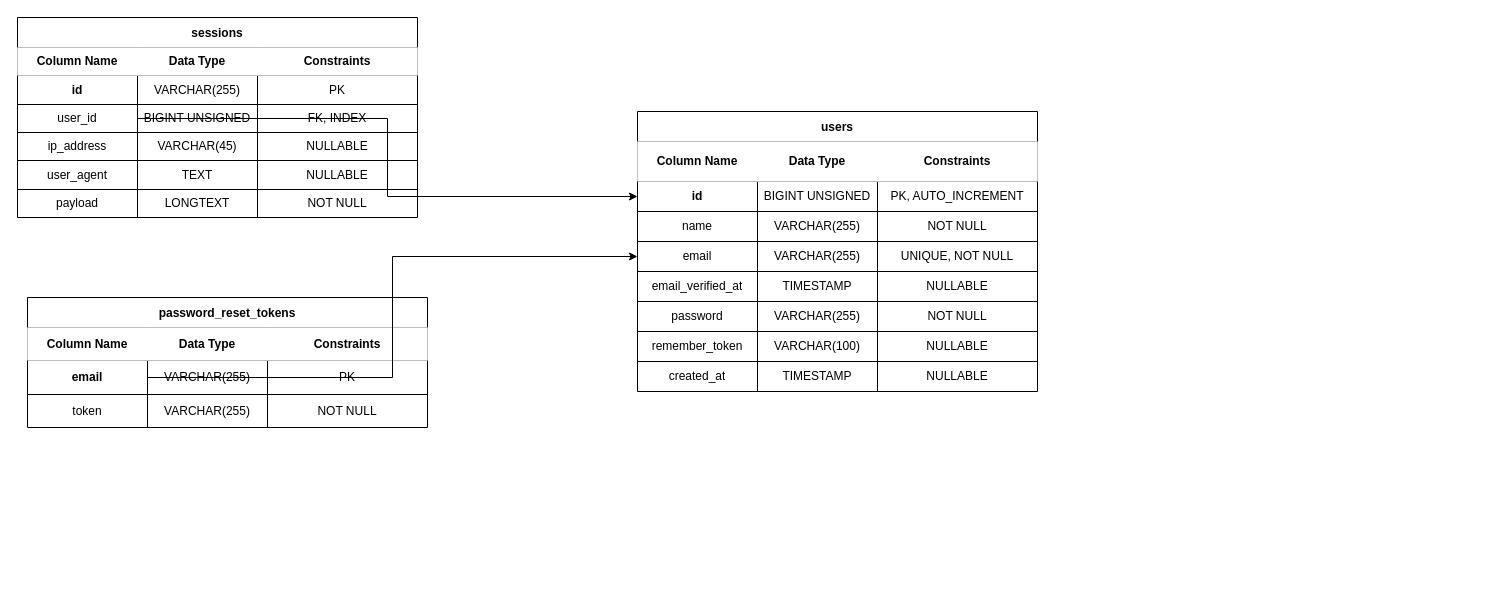
Earlier version of the draw.io diagram db.drawio (Zakky4/ai-english-app). Source tidied: cells renumbered, new cells numbered last; positions are measured from the earlier drawing's top-left corner, leaving out a move shared by most shapes. Both pictures are drawn from the tidied source at 100%, with x=0, y=0 at pixel (17, 17).
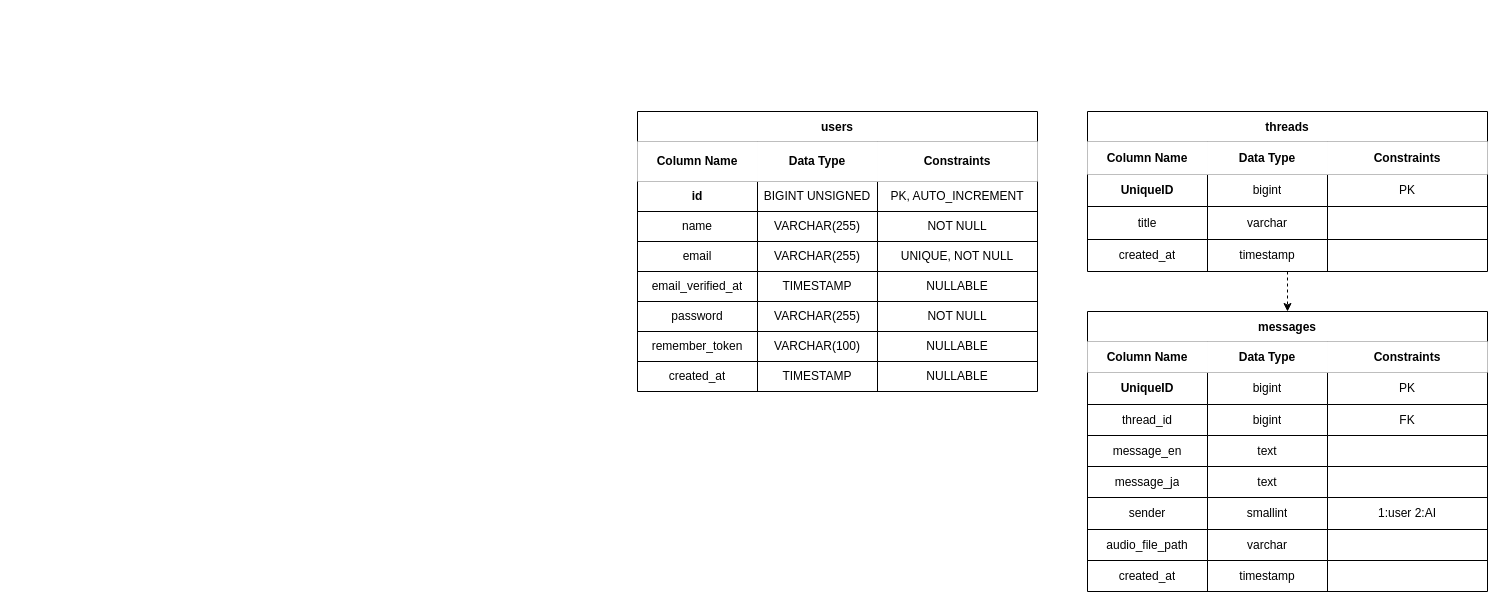
After the change.

Commit message:
データベーススキーマを更新し、ユーザー、スレッド、メッセージのテーブル構造を追加。draw.ioファイルに新しいテーブルとそのカラム情報を反映。

The change refers to these unchanged cells:
```xml
<mxCell id="8" value="id" style="shape=partialRectangle;html=1;whiteSpace=wrap;fillColor=none;top=0;left=0;bottom=0;right=0;overflow=hidden;fontStyle=1;" parent="7" vertex="1">
  <mxGeometry width="120" height="30" as="geometry" />
</mxCell>
<mxCell id="16" value="email" style="shape=partialRectangle;html=1;whiteSpace=wrap;fillColor=none;top=0;left=0;bottom=0;right=0;overflow=hidden;" parent="15" vertex="1">
  <mxGeometry width="120" height="30" as="geometry" />
</mxCell>
```

Change to the diagram source:
```diff
@@
-    <mxCell id="35" value="password_reset_tokens" style="shape=table;startSize=30;childLayout=tableLayout;fontStyle=1;align=center;" parent="1" vertex="1">
-      <mxGeometry x="10" y="280" width="400" height="130" as="geometry" />
-    </mxCell>
+    <mxCell id="75" value="threads" style="shape=table;startSize=30;childLayout=tableLayout;fontStyle=1;align=center;" parent="1" vertex="1">
+      <mxGeometry x="1070" y="94" width="400" height="160" as="geometry" />
+    </mxCell>
-    <mxCell id="36" style="shape=tableRow;horizontal=0;startSize=0;swimlaneHead=0;swimlaneBody=0;top=0;left=0;bottom=0;right=0;fillColor=#f8f9fa;" parent="35" vertex="1">
+    <mxCell id="36" style="shape=tableRow;horizontal=0;startSize=0;swimlaneHead=0;swimlaneBody=0;top=0;left=0;bottom=0;right=0;fillColor=#f8f9fa;" parent="75" vertex="1">
       <mxGeometry y="30" width="400" height="33" as="geometry" />
     </mxCell>
@@
-    <mxCell id="40" style="shape=tableRow;horizontal=0;startSize=0;swimlaneHead=0;swimlaneBody=0;top=0;left=0;bottom=0;right=0;fillColor=none;" parent="35" vertex="1">
-      <mxGeometry y="63" width="400" height="34" as="geometry" />
-    </mxCell>
-    <mxCell id="41" value="email" style="shape=partialRectangle;html=1;whiteSpace=wrap;fillColor=none;top=0;left=0;bottom=0;right=0;overflow=hidden;fontStyle=1;" parent="40" vertex="1">
-      <mxGeometry width="120" height="34" as="geometry" />
-    </mxCell>
-    <mxCell id="42" value="VARCHAR(255)" style="shape=partialRectangle;html=1;whiteSpace=wrap;fillColor=none;top=0;left=0;bottom=0;right=0;overflow=hidden;" parent="40" vertex="1">
-      <mxGeometry x="120" width="120" height="34" as="geometry" />
-    </mxCell>
-    <mxCell id="43" value="PK" style="shape=partialRectangle;html=1;whiteSpace=wrap;fillColor=none;top=0;left=0;bottom=0;right=0;overflow=hidden;" parent="40" vertex="1">
-      <mxGeometry x="240" width="160" height="34" as="geometry" />
-    </mxCell>
-    <mxCell id="44" style="shape=tableRow;horizontal=0;startSize=0;swimlaneHead=0;swimlaneBody=0;top=0;left=0;bottom=0;right=0;fillColor=none;" parent="35" vertex="1">
-      <mxGeometry y="97" width="400" height="33" as="geometry" />
-    </mxCell>
-    <mxCell id="45" value="token" style="shape=partialRectangle;html=1;whiteSpace=wrap;fillColor=none;top=0;left=0;bottom=0;right=0;overflow=hidden;" parent="44" vertex="1">
-      <mxGeometry width="120" height="33" as="geometry" />
-    </mxCell>
-    <mxCell id="46" value="VARCHAR(255)" style="shape=partialRectangle;html=1;whiteSpace=wrap;fillColor=none;top=0;left=0;bottom=0;right=0;overflow=hidden;" parent="44" vertex="1">
-      <mxGeometry x="120" width="120" height="33" as="geometry" />
-    </mxCell>
-    <mxCell id="47" value="NOT NULL" style="shape=partialRectangle;html=1;whiteSpace=wrap;fillColor=none;top=0;left=0;bottom=0;right=0;overflow=hidden;" parent="44" vertex="1">
-      <mxGeometry x="240" width="160" height="33" as="geometry" />
-    </mxCell>
-    <mxCell id="48" value="sessions" style="shape=table;startSize=30;childLayout=tableLayout;fontStyle=1;align=center;" parent="1" vertex="1">
-      <mxGeometry width="400" height="200" as="geometry" />
-    </mxCell>
-    <mxCell id="49" style="shape=tableRow;horizontal=0;startSize=0;swimlaneHead=0;swimlaneBody=0;top=0;left=0;bottom=0;right=0;fillColor=#f8f9fa;" parent="48" vertex="1">
-      <mxGeometry y="30" width="400" height="28" as="geometry" />
-    </mxCell>
+    <mxCell id="76" style="shape=tableRow;horizontal=0;startSize=0;swimlaneHead=0;swimlaneBody=0;top=0;left=0;bottom=0;right=0;fillColor=none;" parent="75" vertex="1">
+      <mxGeometry y="63" width="400" height="32" as="geometry" />
+    </mxCell>
+    <mxCell id="77" value="UniqueID" style="shape=partialRectangle;html=1;whiteSpace=wrap;fillColor=none;top=0;left=0;bottom=0;right=0;overflow=hidden;fontStyle=1;" parent="76" vertex="1">
+      <mxGeometry width="120" height="32" as="geometry" />
+    </mxCell>
+    <mxCell id="78" value="bigint" style="shape=partialRectangle;html=1;whiteSpace=wrap;fillColor=none;top=0;left=0;bottom=0;right=0;overflow=hidden;" parent="76" vertex="1">
+      <mxGeometry x="120" width="120" height="32" as="geometry" />
+    </mxCell>
+    <mxCell id="79" value="PK" style="shape=partialRectangle;html=1;whiteSpace=wrap;fillColor=none;top=0;left=0;bottom=0;right=0;overflow=hidden;" parent="76" vertex="1">
+      <mxGeometry x="240" width="160" height="32" as="geometry" />
+    </mxCell>
+    <mxCell id="80" style="shape=tableRow;horizontal=0;startSize=0;swimlaneHead=0;swimlaneBody=0;top=0;left=0;bottom=0;right=0;fillColor=none;" parent="75" vertex="1">
+      <mxGeometry y="95" width="400" height="33" as="geometry" />
+    </mxCell>
+    <mxCell id="81" value="title" style="shape=partialRectangle;html=1;whiteSpace=wrap;fillColor=none;top=0;left=0;bottom=0;right=0;overflow=hidden;" parent="80" vertex="1">
+      <mxGeometry width="120" height="33" as="geometry" />
+    </mxCell>
+    <mxCell id="82" value="varchar" style="shape=partialRectangle;html=1;whiteSpace=wrap;fillColor=none;top=0;left=0;bottom=0;right=0;overflow=hidden;" parent="80" vertex="1">
+      <mxGeometry x="120" width="120" height="33" as="geometry" />
+    </mxCell>
+    <mxCell id="83" style="shape=partialRectangle;html=1;whiteSpace=wrap;fillColor=none;top=0;left=0;bottom=0;right=0;overflow=hidden;" parent="80" vertex="1">
+      <mxGeometry x="240" width="160" height="33" as="geometry" />
+    </mxCell>
+    <mxCell id="84" style="shape=tableRow;horizontal=0;startSize=0;swimlaneHead=0;swimlaneBody=0;top=0;left=0;bottom=0;right=0;fillColor=none;" parent="75" vertex="1">
+      <mxGeometry y="128" width="400" height="32" as="geometry" />
+    </mxCell>
+    <mxCell id="85" value="created_at" style="shape=partialRectangle;html=1;whiteSpace=wrap;fillColor=none;top=0;left=0;bottom=0;right=0;overflow=hidden;" parent="84" vertex="1">
+      <mxGeometry width="120" height="32" as="geometry" />
+    </mxCell>
+    <mxCell id="86" value="timestamp" style="shape=partialRectangle;html=1;whiteSpace=wrap;fillColor=none;top=0;left=0;bottom=0;right=0;overflow=hidden;" parent="84" vertex="1">
+      <mxGeometry x="120" width="120" height="32" as="geometry" />
+    </mxCell>
+    <mxCell id="87" style="shape=partialRectangle;html=1;whiteSpace=wrap;fillColor=none;top=0;left=0;bottom=0;right=0;overflow=hidden;" parent="84" vertex="1">
+      <mxGeometry x="240" width="160" height="32" as="geometry" />
+    </mxCell>
+    <mxCell id="88" value="messages" style="shape=table;startSize=30;childLayout=tableLayout;fontStyle=1;align=center;" parent="1" vertex="1">
+      <mxGeometry x="1070" y="294" width="400" height="280" as="geometry" />
+    </mxCell>
+    <mxCell id="89" style="shape=tableRow;horizontal=0;startSize=0;swimlaneHead=0;swimlaneBody=0;top=0;left=0;bottom=0;right=0;fillColor=#f8f9fa;" parent="88" vertex="1">
+      <mxGeometry y="30" width="400" height="31" as="geometry" />
+    </mxCell>
-    <mxCell id="50" value="Column Name" style="shape=partialRectangle;html=1;whiteSpace=wrap;top=0;left=0;bottom=0;right=0;overflow=hidden;fontStyle=1;" parent="49" vertex="1">
-      <mxGeometry width="120" height="28" as="geometry" />
+    <mxCell id="50" value="Column Name" style="shape=partialRectangle;html=1;whiteSpace=wrap;top=0;left=0;bottom=0;right=0;overflow=hidden;fontStyle=1;" parent="89" vertex="1">
+      <mxGeometry width="120" height="31" as="geometry" />
     </mxCell>
-    <mxCell id="51" value="Data Type" style="shape=partialRectangle;html=1;whiteSpace=wrap;top=0;left=0;bottom=0;right=0;overflow=hidden;fontStyle=1;" parent="49" vertex="1">
-      <mxGeometry x="120" width="120" height="28" as="geometry" />
+    <mxCell id="51" value="Data Type" style="shape=partialRectangle;html=1;whiteSpace=wrap;top=0;left=0;bottom=0;right=0;overflow=hidden;fontStyle=1;" parent="89" vertex="1">
+      <mxGeometry x="120" width="120" height="31" as="geometry" />
     </mxCell>
-    <mxCell id="52" value="Constraints" style="shape=partialRectangle;html=1;whiteSpace=wrap;top=0;left=0;bottom=0;right=0;overflow=hidden;fontStyle=1;" parent="49" vertex="1">
-      <mxGeometry x="240" width="160" height="28" as="geometry" />
+    <mxCell id="52" value="Constraints" style="shape=partialRectangle;html=1;whiteSpace=wrap;top=0;left=0;bottom=0;right=0;overflow=hidden;fontStyle=1;" parent="89" vertex="1">
+      <mxGeometry x="240" width="160" height="31" as="geometry" />
     </mxCell>
-    <mxCell id="53" style="shape=tableRow;horizontal=0;startSize=0;swimlaneHead=0;swimlaneBody=0;top=0;left=0;bottom=0;right=0;fillColor=none;" parent="48" vertex="1">
-      <mxGeometry y="58" width="400" height="29" as="geometry" />
-    </mxCell>
-    <mxCell id="54" value="id" style="shape=partialRectangle;html=1;whiteSpace=wrap;fillColor=none;top=0;left=0;bottom=0;right=0;overflow=hidden;fontStyle=1;" parent="53" vertex="1">
-      <mxGeometry width="120" height="29" as="geometry" />
-    </mxCell>
-    <mxCell id="55" value="VARCHAR(255)" style="shape=partialRectangle;html=1;whiteSpace=wrap;fillColor=none;top=0;left=0;bottom=0;right=0;overflow=hidden;" parent="53" vertex="1">
-      <mxGeometry x="120" width="120" height="29" as="geometry" />
-    </mxCell>
-    <mxCell id="56" value="PK" style="shape=partialRectangle;html=1;whiteSpace=wrap;fillColor=none;top=0;left=0;bottom=0;right=0;overflow=hidden;" parent="53" vertex="1">
-      <mxGeometry x="240" width="160" height="29" as="geometry" />
-    </mxCell>
-    <mxCell id="57" style="shape=tableRow;horizontal=0;startSize=0;swimlaneHead=0;swimlaneBody=0;top=0;left=0;bottom=0;right=0;fillColor=none;" parent="48" vertex="1">
-      <mxGeometry y="87" width="400" height="28" as="geometry" />
-    </mxCell>
-    <mxCell id="58" value="user_id" style="shape=partialRectangle;html=1;whiteSpace=wrap;fillColor=none;top=0;left=0;bottom=0;right=0;overflow=hidden;" parent="57" vertex="1">
-      <mxGeometry width="120" height="28" as="geometry" />
-    </mxCell>
-    <mxCell id="59" value="BIGINT UNSIGNED" style="shape=partialRectangle;html=1;whiteSpace=wrap;fillColor=none;top=0;left=0;bottom=0;right=0;overflow=hidden;" parent="57" vertex="1">
-      <mxGeometry x="120" width="120" height="28" as="geometry" />
-    </mxCell>
-    <mxCell id="60" value="FK, INDEX" style="shape=partialRectangle;html=1;whiteSpace=wrap;fillColor=none;top=0;left=0;bottom=0;right=0;overflow=hidden;" parent="57" vertex="1">
-      <mxGeometry x="240" width="160" height="28" as="geometry" />
-    </mxCell>
-    <mxCell id="61" style="shape=tableRow;horizontal=0;startSize=0;swimlaneHead=0;swimlaneBody=0;top=0;left=0;bottom=0;right=0;fillColor=none;" parent="48" vertex="1">
-      <mxGeometry y="115" width="400" height="28" as="geometry" />
-    </mxCell>
-    <mxCell id="62" value="ip_address" style="shape=partialRectangle;html=1;whiteSpace=wrap;fillColor=none;top=0;left=0;bottom=0;right=0;overflow=hidden;" parent="61" vertex="1">
-      <mxGeometry width="120" height="28" as="geometry" />
-    </mxCell>
-    <mxCell id="63" value="VARCHAR(45)" style="shape=partialRectangle;html=1;whiteSpace=wrap;fillColor=none;top=0;left=0;bottom=0;right=0;overflow=hidden;" parent="61" vertex="1">
-      <mxGeometry x="120" width="120" height="28" as="geometry" />
-    </mxCell>
-    <mxCell id="64" value="NULLABLE" style="shape=partialRectangle;html=1;whiteSpace=wrap;fillColor=none;top=0;left=0;bottom=0;right=0;overflow=hidden;" parent="61" vertex="1">
-      <mxGeometry x="240" width="160" height="28" as="geometry" />
-    </mxCell>
-    <mxCell id="65" style="shape=tableRow;horizontal=0;startSize=0;swimlaneHead=0;swimlaneBody=0;top=0;left=0;bottom=0;right=0;fillColor=none;" parent="48" vertex="1">
-      <mxGeometry y="143" width="400" height="29" as="geometry" />
-    </mxCell>
-    <mxCell id="66" value="user_agent" style="shape=partialRectangle;html=1;whiteSpace=wrap;fillColor=none;top=0;left=0;bottom=0;right=0;overflow=hidden;" parent="65" vertex="1">
-      <mxGeometry width="120" height="29" as="geometry" />
-    </mxCell>
-    <mxCell id="67" value="TEXT" style="shape=partialRectangle;html=1;whiteSpace=wrap;fillColor=none;top=0;left=0;bottom=0;right=0;overflow=hidden;" parent="65" vertex="1">
-      <mxGeometry x="120" width="120" height="29" as="geometry" />
-    </mxCell>
-    <mxCell id="68" value="NULLABLE" style="shape=partialRectangle;html=1;whiteSpace=wrap;fillColor=none;top=0;left=0;bottom=0;right=0;overflow=hidden;" parent="65" vertex="1">
-      <mxGeometry x="240" width="160" height="29" as="geometry" />
-    </mxCell>
-    <mxCell id="69" style="shape=tableRow;horizontal=0;startSize=0;swimlaneHead=0;swimlaneBody=0;top=0;left=0;bottom=0;right=0;fillColor=none;" parent="48" vertex="1">
-      <mxGeometry y="172" width="400" height="28" as="geometry" />
-    </mxCell>
-    <mxCell id="70" value="payload" style="shape=partialRectangle;html=1;whiteSpace=wrap;fillColor=none;top=0;left=0;bottom=0;right=0;overflow=hidden;" parent="69" vertex="1">
-      <mxGeometry width="120" height="28" as="geometry" />
-    </mxCell>
-    <mxCell id="71" value="LONGTEXT" style="shape=partialRectangle;html=1;whiteSpace=wrap;fillColor=none;top=0;left=0;bottom=0;right=0;overflow=hidden;" parent="69" vertex="1">
-      <mxGeometry x="120" width="120" height="28" as="geometry" />
-    </mxCell>
-    <mxCell id="72" value="NOT NULL" style="shape=partialRectangle;html=1;whiteSpace=wrap;fillColor=none;top=0;left=0;bottom=0;right=0;overflow=hidden;" parent="69" vertex="1">
-      <mxGeometry x="240" width="160" height="28" as="geometry" />
-    </mxCell>
-    <mxCell id="73" style="edgeStyle=orthogonalEdgeStyle;rounded=0;jettySize=auto;html=1;exitX=1;exitY=0.5;exitDx=0;exitDy=0;entryX=0;entryY=0.5;entryDx=0;entryDy=0;" parent="1" edge="1" source="58" target="8">
-      <mxGeometry relative="1" as="geometry" />
-    </mxCell>
-    <mxCell id="74" style="edgeStyle=orthogonalEdgeStyle;rounded=0;jettySize=auto;html=1;exitX=1;exitY=0.5;exitDx=0;exitDy=0;entryX=0;entryY=0.5;entryDx=0;entryDy=0;" parent="1" edge="1" source="41" target="16">
-      <mxGeometry relative="1" as="geometry" />
-    </mxCell>
+    <mxCell id="90" style="shape=tableRow;horizontal=0;startSize=0;swimlaneHead=0;swimlaneBody=0;top=0;left=0;bottom=0;right=0;fillColor=none;" parent="88" vertex="1">
+      <mxGeometry y="61" width="400" height="32" as="geometry" />
+    </mxCell>
+    <mxCell id="91" value="UniqueID" style="shape=partialRectangle;html=1;whiteSpace=wrap;fillColor=none;top=0;left=0;bottom=0;right=0;overflow=hidden;fontStyle=1;" parent="90" vertex="1">
+      <mxGeometry width="120" height="32" as="geometry" />
+    </mxCell>
+    <mxCell id="92" value="bigint" style="shape=partialRectangle;html=1;whiteSpace=wrap;fillColor=none;top=0;left=0;bottom=0;right=0;overflow=hidden;" parent="90" vertex="1">
+      <mxGeometry x="120" width="120" height="32" as="geometry" />
+    </mxCell>
+    <mxCell id="93" value="PK" style="shape=partialRectangle;html=1;whiteSpace=wrap;fillColor=none;top=0;left=0;bottom=0;right=0;overflow=hidden;" parent="90" vertex="1">
+      <mxGeometry x="240" width="160" height="32" as="geometry" />
+    </mxCell>
+    <mxCell id="94" style="shape=tableRow;horizontal=0;startSize=0;swimlaneHead=0;swimlaneBody=0;top=0;left=0;bottom=0;right=0;fillColor=none;" parent="88" vertex="1">
+      <mxGeometry y="93" width="400" height="31" as="geometry" />
+    </mxCell>
+    <mxCell id="95" value="thread_id" style="shape=partialRectangle;html=1;whiteSpace=wrap;fillColor=none;top=0;left=0;bottom=0;right=0;overflow=hidden;" parent="94" vertex="1">
+      <mxGeometry width="120" height="31" as="geometry" />
+    </mxCell>
+    <mxCell id="96" value="bigint" style="shape=partialRectangle;html=1;whiteSpace=wrap;fillColor=none;top=0;left=0;bottom=0;right=0;overflow=hidden;" parent="94" vertex="1">
+      <mxGeometry x="120" width="120" height="31" as="geometry" />
+    </mxCell>
+    <mxCell id="97" value="FK" style="shape=partialRectangle;html=1;whiteSpace=wrap;fillColor=none;top=0;left=0;bottom=0;right=0;overflow=hidden;" parent="94" vertex="1">
+      <mxGeometry x="240" width="160" height="31" as="geometry" />
+    </mxCell>
+    <mxCell id="98" style="shape=tableRow;horizontal=0;startSize=0;swimlaneHead=0;swimlaneBody=0;top=0;left=0;bottom=0;right=0;fillColor=none;" parent="88" vertex="1">
+      <mxGeometry y="124" width="400" height="31" as="geometry" />
+    </mxCell>
+    <mxCell id="99" value="message_en" style="shape=partialRectangle;html=1;whiteSpace=wrap;fillColor=none;top=0;left=0;bottom=0;right=0;overflow=hidden;" parent="98" vertex="1">
+      <mxGeometry width="120" height="31" as="geometry" />
+    </mxCell>
+    <mxCell id="100" value="text" style="shape=partialRectangle;html=1;whiteSpace=wrap;fillColor=none;top=0;left=0;bottom=0;right=0;overflow=hidden;" parent="98" vertex="1">
+      <mxGeometry x="120" width="120" height="31" as="geometry" />
+    </mxCell>
+    <mxCell id="101" style="shape=partialRectangle;html=1;whiteSpace=wrap;fillColor=none;top=0;left=0;bottom=0;right=0;overflow=hidden;" parent="98" vertex="1">
+      <mxGeometry x="240" width="160" height="31" as="geometry" />
+    </mxCell>
+    <mxCell id="102" style="shape=tableRow;horizontal=0;startSize=0;swimlaneHead=0;swimlaneBody=0;top=0;left=0;bottom=0;right=0;fillColor=none;" parent="88" vertex="1">
+      <mxGeometry y="155" width="400" height="31" as="geometry" />
+    </mxCell>
+    <mxCell id="103" value="message_ja" style="shape=partialRectangle;html=1;whiteSpace=wrap;fillColor=none;top=0;left=0;bottom=0;right=0;overflow=hidden;" parent="102" vertex="1">
+      <mxGeometry width="120" height="31" as="geometry" />
+    </mxCell>
+    <mxCell id="104" value="text" style="shape=partialRectangle;html=1;whiteSpace=wrap;fillColor=none;top=0;left=0;bottom=0;right=0;overflow=hidden;" parent="102" vertex="1">
+      <mxGeometry x="120" width="120" height="31" as="geometry" />
+    </mxCell>
+    <mxCell id="105" style="shape=partialRectangle;html=1;whiteSpace=wrap;fillColor=none;top=0;left=0;bottom=0;right=0;overflow=hidden;" parent="102" vertex="1">
+      <mxGeometry x="240" width="160" height="31" as="geometry" />
+    </mxCell>
+    <mxCell id="106" style="shape=tableRow;horizontal=0;startSize=0;swimlaneHead=0;swimlaneBody=0;top=0;left=0;bottom=0;right=0;fillColor=none;" parent="88" vertex="1">
+      <mxGeometry y="186" width="400" height="32" as="geometry" />
+    </mxCell>
+    <mxCell id="107" value="sender" style="shape=partialRectangle;html=1;whiteSpace=wrap;fillColor=none;top=0;left=0;bottom=0;right=0;overflow=hidden;" parent="106" vertex="1">
+      <mxGeometry width="120" height="32" as="geometry" />
+    </mxCell>
+    <mxCell id="108" value="smallint" style="shape=partialRectangle;html=1;whiteSpace=wrap;fillColor=none;top=0;left=0;bottom=0;right=0;overflow=hidden;" parent="106" vertex="1">
+      <mxGeometry x="120" width="120" height="32" as="geometry" />
+    </mxCell>
+    <mxCell id="109" value="1:user 2:AI" style="shape=partialRectangle;html=1;whiteSpace=wrap;fillColor=none;top=0;left=0;bottom=0;right=0;overflow=hidden;" parent="106" vertex="1">
+      <mxGeometry x="240" width="160" height="32" as="geometry" />
+    </mxCell>
+    <mxCell id="110" style="shape=tableRow;horizontal=0;startSize=0;swimlaneHead=0;swimlaneBody=0;top=0;left=0;bottom=0;right=0;fillColor=none;" parent="88" vertex="1">
+      <mxGeometry y="218" width="400" height="31" as="geometry" />
+    </mxCell>
+    <mxCell id="111" value="audio_file_path" style="shape=partialRectangle;html=1;whiteSpace=wrap;fillColor=none;top=0;left=0;bottom=0;right=0;overflow=hidden;" parent="110" vertex="1">
+      <mxGeometry width="120" height="31" as="geometry" />
+    </mxCell>
+    <mxCell id="112" value="varchar" style="shape=partialRectangle;html=1;whiteSpace=wrap;fillColor=none;top=0;left=0;bottom=0;right=0;overflow=hidden;" parent="110" vertex="1">
+      <mxGeometry x="120" width="120" height="31" as="geometry" />
+    </mxCell>
+    <mxCell id="113" style="shape=partialRectangle;html=1;whiteSpace=wrap;fillColor=none;top=0;left=0;bottom=0;right=0;overflow=hidden;" parent="110" vertex="1">
+      <mxGeometry x="240" width="160" height="31" as="geometry" />
+    </mxCell>
+    <mxCell id="114" style="shape=tableRow;horizontal=0;startSize=0;swimlaneHead=0;swimlaneBody=0;top=0;left=0;bottom=0;right=0;fillColor=none;" parent="88" vertex="1">
+      <mxGeometry y="249" width="400" height="31" as="geometry" />
+    </mxCell>
+    <mxCell id="115" value="created_at" style="shape=partialRectangle;html=1;whiteSpace=wrap;fillColor=none;top=0;left=0;bottom=0;right=0;overflow=hidden;" parent="114" vertex="1">
+      <mxGeometry width="120" height="31" as="geometry" />
+    </mxCell>
+    <mxCell id="116" value="timestamp" style="shape=partialRectangle;html=1;whiteSpace=wrap;fillColor=none;top=0;left=0;bottom=0;right=0;overflow=hidden;" parent="114" vertex="1">
+      <mxGeometry x="120" width="120" height="31" as="geometry" />
+    </mxCell>
+    <mxCell id="117" style="shape=partialRectangle;html=1;whiteSpace=wrap;fillColor=none;top=0;left=0;bottom=0;right=0;overflow=hidden;" parent="114" vertex="1">
+      <mxGeometry x="240" width="160" height="31" as="geometry" />
+    </mxCell>
+    <mxCell id="118" style="edgeStyle=orthogonalEdgeStyle;rounded=0;jettySize=auto;html=1;exitX=0.5;exitY=1;exitDx=0;exitDy=0;entryX=0.5;entryY=0;entryDx=0;entryDy=0;dashed=1;" parent="1" edge="1" source="75" target="88">
+      <mxGeometry relative="1" as="geometry" />
+    </mxCell>
```
